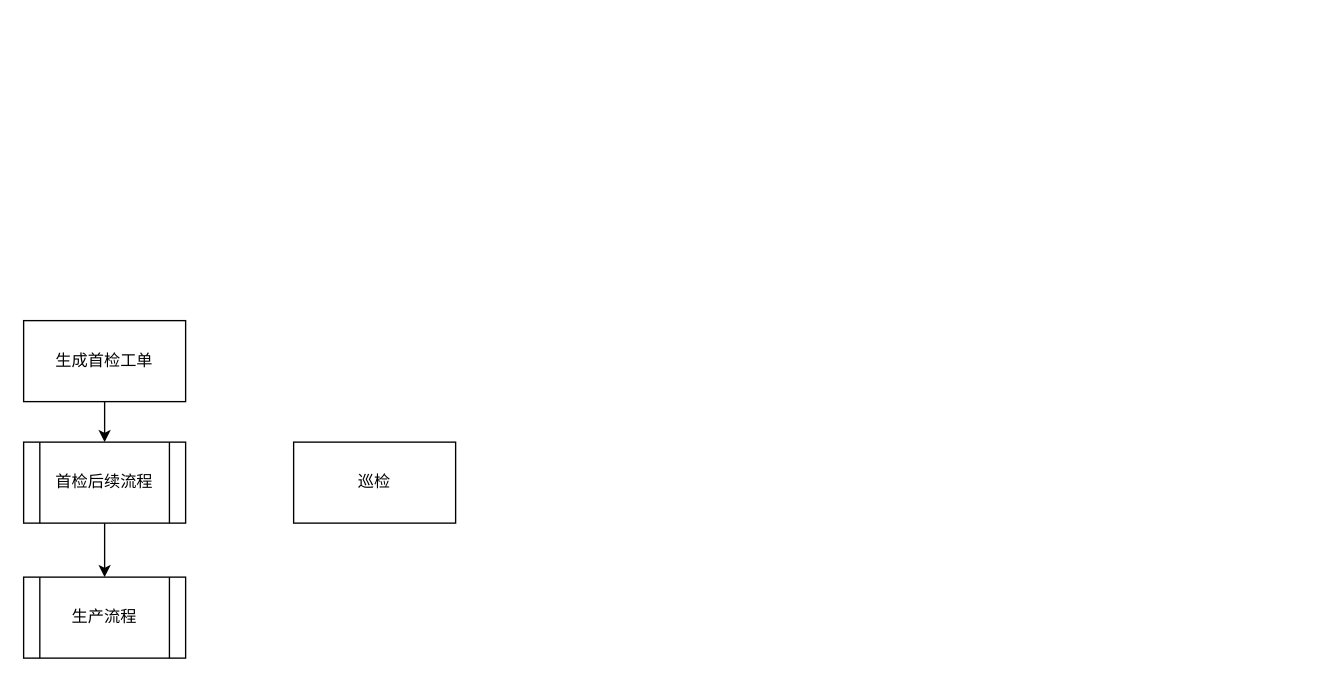
Above: page "巡检" (2 of 2) of 首检流程.drawio in sstlin/os-shell (draw.io), before the change. Source tidied: cells renumbered, new cells numbered last; positions are measured from the earlier drawing's top-left corner, leaving out a move shared by most shapes. Both pictures are drawn from the tidied source at 135%, with x=0, y=0 at pixel (23, 320).
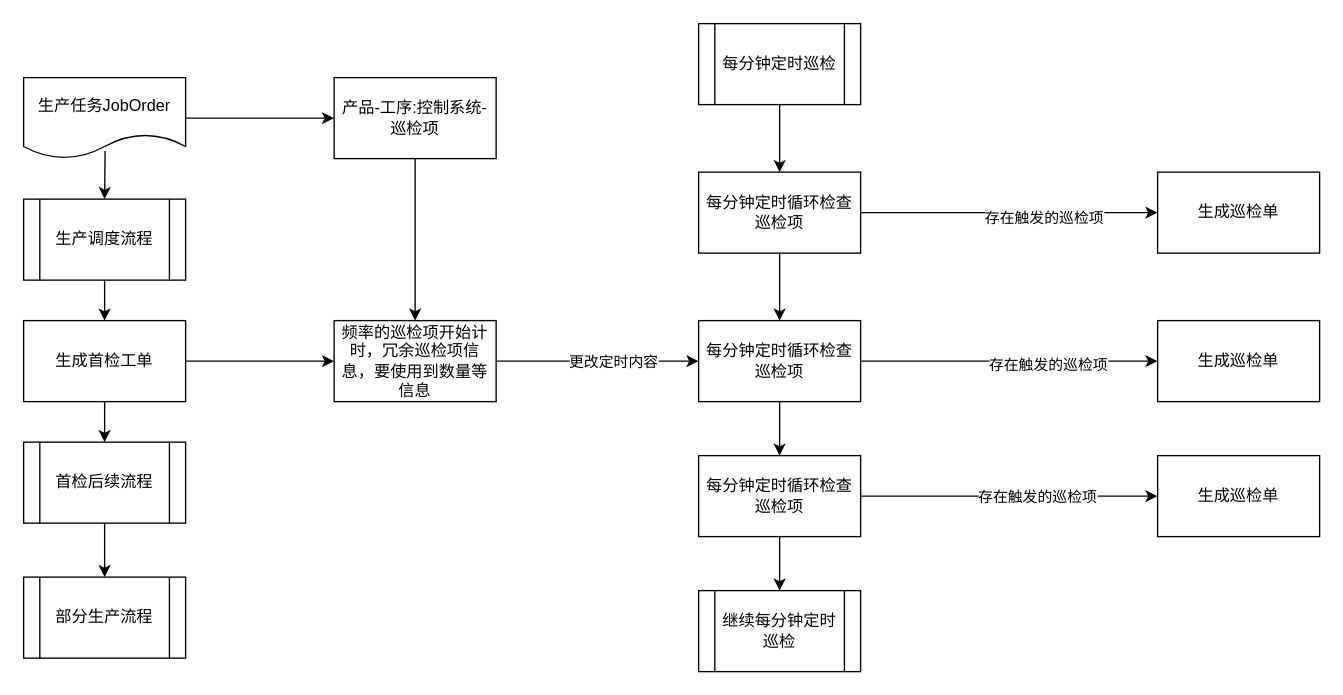
The same diagram, later.

Unchanged cells that the change refers to:
```xml
<mxCell id="3" value="生成首检工单" style="rounded=0;whiteSpace=wrap;html=1;" parent="1" vertex="1">
  <mxGeometry width="120" height="60" as="geometry" />
</mxCell>
```

What changed in the source:
```diff
@@
+    <mxCell id="8" style="edgeStyle=orthogonalEdgeStyle;rounded=0;jettySize=auto;html=1;exitX=1;exitY=0.5;exitDx=0;exitDy=0;entryX=0;entryY=0.5;entryDx=0;entryDy=0;" parent="1" edge="1" source="3" target="17">
+      <mxGeometry relative="1" as="geometry" />
+    </mxCell>
@@
-    <mxCell id="6" value="巡检" style="rounded=0;whiteSpace=wrap;html=1;" parent="1" vertex="1">
-      <mxGeometry x="200" y="90" width="120" height="60" as="geometry" />
-    </mxCell>
+    <mxCell id="9" style="edgeStyle=orthogonalEdgeStyle;rounded=0;jettySize=auto;html=1;exitX=0.503;exitY=0.906;exitDx=0;exitDy=0;entryX=0.5;entryY=0;entryDx=0;entryDy=0;exitPerimeter=0;" parent="1" edge="1" source="22" target="12">
+      <mxGeometry relative="1" as="geometry" />
+    </mxCell>
+    <mxCell id="10" style="edgeStyle=orthogonalEdgeStyle;rounded=0;jettySize=auto;html=1;exitX=1;exitY=0.5;exitDx=0;exitDy=0;entryX=0;entryY=0.5;entryDx=0;entryDy=0;" parent="1" edge="1" source="22" target="14">
+      <mxGeometry relative="1" as="geometry" />
+    </mxCell>
-    <mxCell id="7" value="生产流程" style="shape=process;whiteSpace=wrap;html=1;backgroundOutline=1;" parent="1" vertex="1">
+    <mxCell id="7" value="部分生产流程" style="shape=process;whiteSpace=wrap;html=1;backgroundOutline=1;" parent="1" vertex="1">
       <mxGeometry y="190" width="120" height="60" as="geometry" />
     </mxCell>
+    <mxCell id="11" style="edgeStyle=orthogonalEdgeStyle;rounded=0;jettySize=auto;html=1;exitX=0.5;exitY=1;exitDx=0;exitDy=0;entryX=0.5;entryY=0;entryDx=0;entryDy=0;" parent="1" edge="1" source="12" target="3">
+      <mxGeometry relative="1" as="geometry" />
+    </mxCell>
+    <mxCell id="12" value="生产调度流程" style="shape=process;whiteSpace=wrap;html=1;backgroundOutline=1;" parent="1" vertex="1">
+      <mxGeometry y="-90" width="120" height="60" as="geometry" />
+    </mxCell>
+    <mxCell id="13" style="edgeStyle=orthogonalEdgeStyle;rounded=0;jettySize=auto;html=1;exitX=0.5;exitY=1;exitDx=0;exitDy=0;entryX=0.5;entryY=0;entryDx=0;entryDy=0;" parent="1" edge="1" source="14" target="17">
+      <mxGeometry relative="1" as="geometry" />
+    </mxCell>
+    <mxCell id="14" value="产品-工序:控制系统-巡检项" style="rounded=0;whiteSpace=wrap;html=1;" parent="1" vertex="1">
+      <mxGeometry x="230" y="-180" width="120" height="60" as="geometry" />
+    </mxCell>
+    <mxCell id="15" style="edgeStyle=orthogonalEdgeStyle;rounded=0;jettySize=auto;html=1;exitX=1;exitY=0.5;exitDx=0;exitDy=0;entryX=0;entryY=0.5;entryDx=0;entryDy=0;" parent="1" edge="1" source="17" target="26">
+      <mxGeometry relative="1" as="geometry" />
+    </mxCell>
+    <mxCell id="16" value="更改定时内容" style="edgeLabel;html=1;align=center;verticalAlign=middle;" parent="15" vertex="1">
+      <mxGeometry x="0.14" relative="1" as="geometry" />
+    </mxCell>
+    <mxCell id="17" value="频率的巡检项开始计时，冗余巡检项信息，要使用到数量等信息" style="rounded=0;whiteSpace=wrap;html=1;" parent="1" vertex="1">
+      <mxGeometry x="230" width="120" height="60" as="geometry" />
+    </mxCell>
+    <mxCell id="18" style="edgeStyle=orthogonalEdgeStyle;rounded=0;jettySize=auto;html=1;exitX=0.5;exitY=1;exitDx=0;exitDy=0;entryX=0.5;entryY=0;entryDx=0;entryDy=0;" parent="1" edge="1" source="21" target="26">
+      <mxGeometry relative="1" as="geometry" />
+    </mxCell>
+    <mxCell id="19" style="edgeStyle=orthogonalEdgeStyle;rounded=0;jettySize=auto;html=1;exitX=1;exitY=0.5;exitDx=0;exitDy=0;entryX=0;entryY=0.5;entryDx=0;entryDy=0;" parent="1" edge="1" source="21" target="34">
+      <mxGeometry relative="1" as="geometry" />
+    </mxCell>
+    <mxCell id="20" value="存在触发的巡检项" style="edgeLabel;html=1;align=center;verticalAlign=middle;" parent="19" vertex="1">
+      <mxGeometry x="0.23" y="-3" relative="1" as="geometry" />
+    </mxCell>
+    <mxCell id="21" value="每分钟定时循环检查巡检项" style="rounded=0;whiteSpace=wrap;html=1;" parent="1" vertex="1">
+      <mxGeometry x="500" y="-110" width="120" height="60" as="geometry" />
+    </mxCell>
+    <mxCell id="22" value="生产任务JobOrder" style="shape=document;whiteSpace=wrap;html=1;boundedLbl=1;" parent="1" vertex="1">
+      <mxGeometry y="-180" width="120" height="60" as="geometry" />
+    </mxCell>
+    <mxCell id="23" style="edgeStyle=orthogonalEdgeStyle;rounded=0;jettySize=auto;html=1;exitX=0.5;exitY=1;exitDx=0;exitDy=0;entryX=0.5;entryY=0;entryDx=0;entryDy=0;" parent="1" edge="1" source="26" target="30">
+      <mxGeometry relative="1" as="geometry" />
+    </mxCell>
+    <mxCell id="24" style="edgeStyle=orthogonalEdgeStyle;rounded=0;jettySize=auto;html=1;exitX=1;exitY=0.5;exitDx=0;exitDy=0;entryX=0;entryY=0.5;entryDx=0;entryDy=0;" parent="1" edge="1" source="26" target="35">
+      <mxGeometry relative="1" as="geometry" />
+    </mxCell>
+    <mxCell id="25" value="存在触发的巡检项" style="edgeLabel;html=1;align=center;verticalAlign=middle;" parent="24" vertex="1">
+      <mxGeometry x="0.25" y="-2" relative="1" as="geometry" />
+    </mxCell>
+    <mxCell id="26" value="每分钟定时循环检查巡检项" style="rounded=0;whiteSpace=wrap;html=1;" parent="1" vertex="1">
+      <mxGeometry x="500" width="120" height="60" as="geometry" />
+    </mxCell>
+    <mxCell id="27" style="edgeStyle=orthogonalEdgeStyle;rounded=0;jettySize=auto;html=1;exitX=0.5;exitY=1;exitDx=0;exitDy=0;entryX=0.5;entryY=0;entryDx=0;entryDy=0;" parent="1" edge="1" source="30" target="31">
+      <mxGeometry relative="1" as="geometry" />
+    </mxCell>
+    <mxCell id="28" style="edgeStyle=orthogonalEdgeStyle;rounded=0;jettySize=auto;html=1;exitX=1;exitY=0.5;exitDx=0;exitDy=0;entryX=0;entryY=0.5;entryDx=0;entryDy=0;" parent="1" edge="1" source="30" target="36">
+      <mxGeometry relative="1" as="geometry" />
+    </mxCell>
+    <mxCell id="29" value="存在触发的巡检项" style="edgeLabel;html=1;align=center;verticalAlign=middle;" parent="28" vertex="1">
+      <mxGeometry x="0.18" relative="1" as="geometry" />
+    </mxCell>
+    <mxCell id="30" value="每分钟定时循环检查巡检项" style="rounded=0;whiteSpace=wrap;html=1;" parent="1" vertex="1">
+      <mxGeometry x="500" y="100" width="120" height="60" as="geometry" />
+    </mxCell>
+    <mxCell id="31" value="继续每分钟定时巡检" style="shape=process;whiteSpace=wrap;html=1;backgroundOutline=1;" parent="1" vertex="1">
+      <mxGeometry x="500" y="200" width="120" height="60" as="geometry" />
+    </mxCell>
+    <mxCell id="32" style="edgeStyle=orthogonalEdgeStyle;rounded=0;jettySize=auto;html=1;exitX=0.5;exitY=1;exitDx=0;exitDy=0;entryX=0.5;entryY=0;entryDx=0;entryDy=0;" parent="1" edge="1" source="33" target="21">
+      <mxGeometry relative="1" as="geometry" />
+    </mxCell>
+    <mxCell id="33" value="每分钟定时巡检" style="shape=process;whiteSpace=wrap;html=1;backgroundOutline=1;" parent="1" vertex="1">
+      <mxGeometry x="500" y="-220" width="120" height="60" as="geometry" />
+    </mxCell>
+    <mxCell id="34" value="生成巡检单" style="rounded=0;whiteSpace=wrap;html=1;" parent="1" vertex="1">
+      <mxGeometry x="840" y="-110" width="120" height="60" as="geometry" />
+    </mxCell>
+    <mxCell id="35" value="生成巡检单" style="rounded=0;whiteSpace=wrap;html=1;" parent="1" vertex="1">
+      <mxGeometry x="840" width="120" height="60" as="geometry" />
+    </mxCell>
+    <mxCell id="36" value="生成巡检单" style="rounded=0;whiteSpace=wrap;html=1;" parent="1" vertex="1">
+      <mxGeometry x="840" y="100" width="120" height="60" as="geometry" />
+    </mxCell>
```
